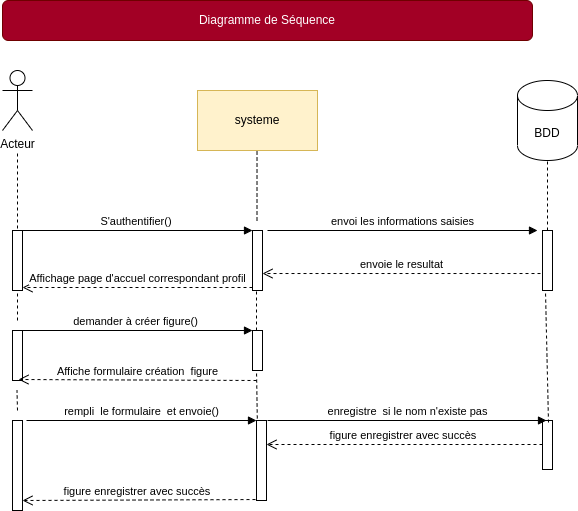
Before: Diagrammes/Diagramme de séquence.drawio.png, a diagram exported from draw.io (Elhadj75BAH/P6-Site-communautaire-SnowTricks). Source tidied: cells renumbered, new cells last; positions are measured from the earlier drawing's top-left corner, leaving out a move shared by most shapes.
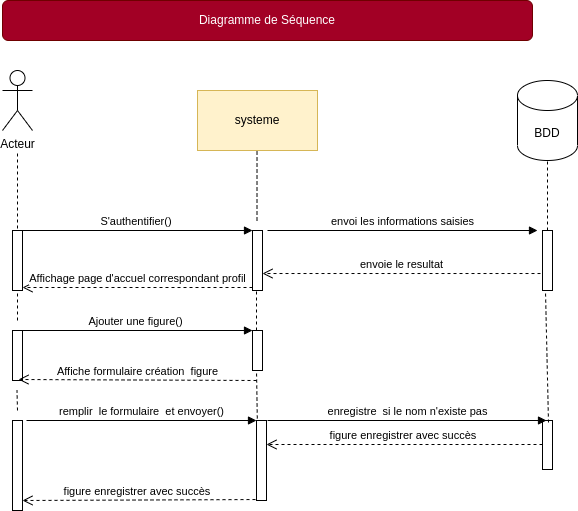
Above is the later version.

The edit, as a diff of the source:
```diff
@@ -59,7 +59,7 @@
     <mxCell id="15" style="html=1;points=[];perimeter=orthogonalPerimeter;" parent="1" vertex="1">
       <mxGeometry x="250" y="330" width="10" height="40" as="geometry" />
     </mxCell>
-    <mxCell id="16" value="demander à créer figure()" style="html=1;verticalAlign=bottom;endArrow=block;entryX=0;entryY=0;" parent="1" edge="1" target="15">
+    <mxCell id="16" value="Ajouter une figure()" style="html=1;verticalAlign=bottom;endArrow=block;entryX=0;entryY=0;" parent="1" edge="1" target="15">
       <mxGeometry relative="1" as="geometry">
         <mxPoint x="15" y="330" as="sourcePoint" />
       </mxGeometry>
@@ -72,7 +72,7 @@
     <mxCell id="18" style="html=1;points=[];perimeter=orthogonalPerimeter;" parent="1" vertex="1">
       <mxGeometry x="254" y="420" width="10" height="80" as="geometry" />
     </mxCell>
-    <mxCell id="19" value="rempli&amp;nbsp; le formulaire&amp;nbsp; et envoie()" style="html=1;verticalAlign=bottom;endArrow=block;" parent="1" edge="1">
+    <mxCell id="19" value="remplir&amp;nbsp; le formulaire&amp;nbsp; et envoyer()" style="html=1;verticalAlign=bottom;endArrow=block;" parent="1" edge="1">
       <mxGeometry relative="1" as="geometry">
         <mxPoint x="24" y="420" as="sourcePoint" />
         <mxPoint x="254" y="420" as="targetPoint" />
```
